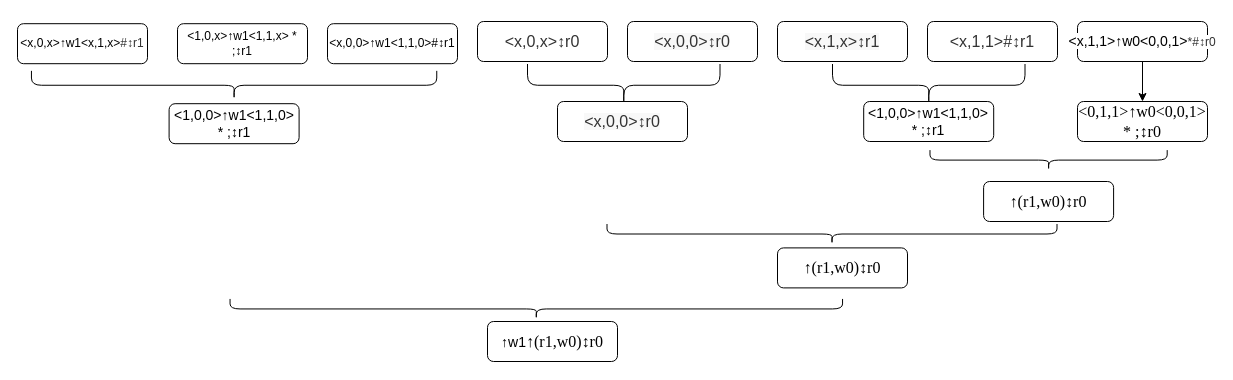
Before: doc/合并.drawio in shanshan-lu/homwork, a draw.io diagram. Source tidied: cells renumbered, new cells numbered last; positions are measured from the earlier drawing's top-left corner, leaving out a move shared by most shapes. Both pictures are drawn from the tidied source at 100%, with x=0, y=0 at pixel (17, -118).
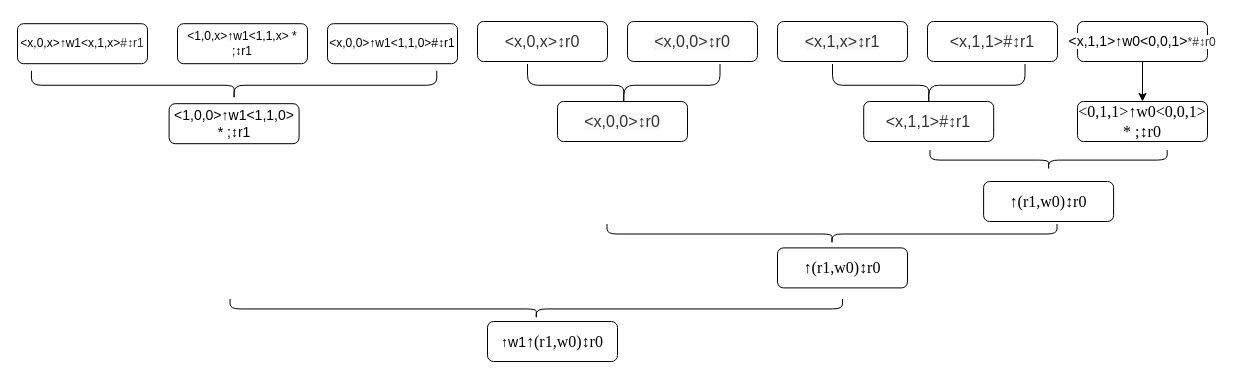
The same diagram, later.

Change to the diagram source:
```diff
@@
-    <mxCell id="15" value="&lt;p class=&quot;MsoNormal&quot;&gt;&lt;span style=&quot;letter-spacing: 0pt; font-size: 10.5pt; background: rgb(255, 255, 255);&quot;&gt;&amp;lt;1,0,&lt;/span&gt;&lt;span style=&quot;font-family: 宋体; letter-spacing: 0pt; font-size: 10.5pt; background: rgb(255, 255, 255);&quot;&gt;&lt;font face=&quot;Helvetica&quot;&gt;0&lt;/font&gt;&lt;/span&gt;&lt;span style=&quot;letter-spacing: 0pt; font-size: 10.5pt; background: rgb(255, 255, 255);&quot;&gt;&amp;gt;↑w1&amp;lt;1,1,&lt;/span&gt;&lt;span style=&quot;font-family: 宋体; letter-spacing: 0pt; font-size: 10.5pt; background: rgb(255, 255, 255);&quot;&gt;&lt;font face=&quot;Helvetica&quot;&gt;0&lt;/font&gt;&lt;/span&gt;&lt;span style=&quot;letter-spacing: 0pt; font-size: 10.5pt; background: rgb(255, 255, 255);&quot;&gt;&amp;gt; * ;↕r1&lt;/span&gt;&lt;/p&gt;" style="rounded=1;whiteSpace=wrap;html=1;" parent="1" vertex="1">
+    <mxCell id="15" value="&lt;p class=&quot;MsoNormal&quot;&gt;&lt;span style=&quot;color: rgb(51, 51, 51); letter-spacing: 0pt; font-size: 12pt; background-image: initial; background-position: initial; background-size: initial; background-repeat: initial; background-attachment: initial; background-origin: initial; background-clip: initial;&quot;&gt;&amp;lt;x,1,1&amp;gt;#↕r1&lt;/span&gt;&lt;/p&gt;" style="rounded=1;whiteSpace=wrap;html=1;" parent="1" vertex="1">
       <mxGeometry x="846.2" y="219" width="130" height="40" as="geometry" />
     </mxCell>
```
